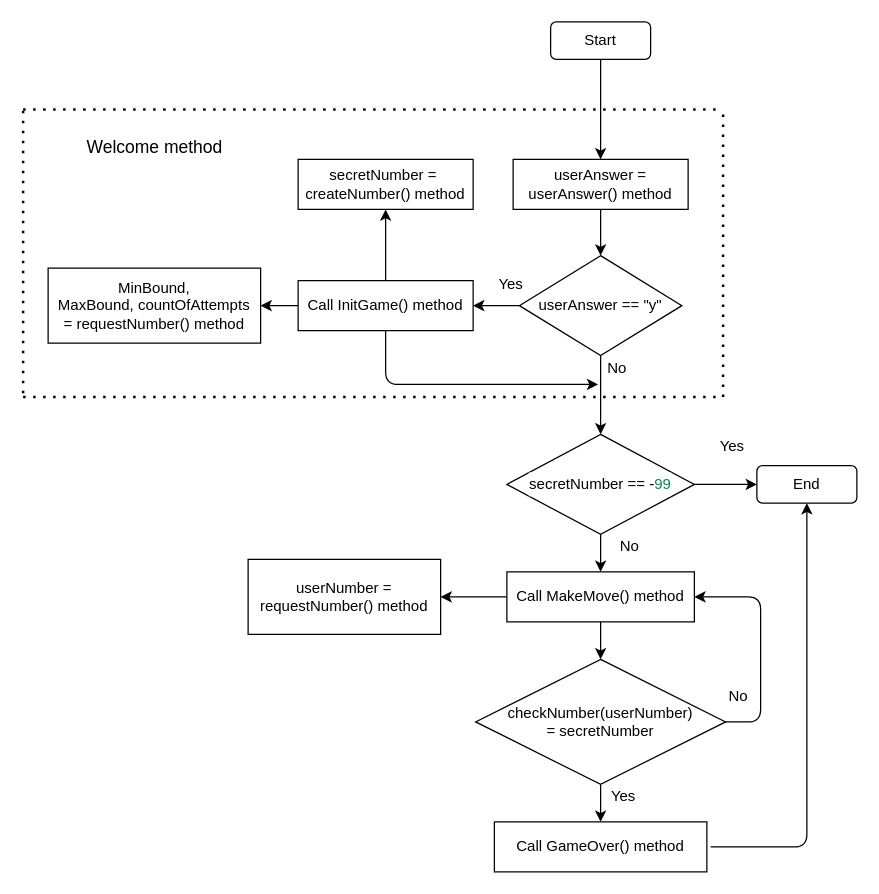
The draw.io diagram guess_the_number/BlockDiagram/Base.drawio in AbubakirovRA/Homework-HelloCode, before the edit. Source tidied: cells renumbered, new cells numbered last; positions are measured from the earlier drawing's top-left corner, leaving out a move shared by most shapes. Both pictures are drawn from the tidied source at 125%, with x=0, y=0 at pixel (22, 21).
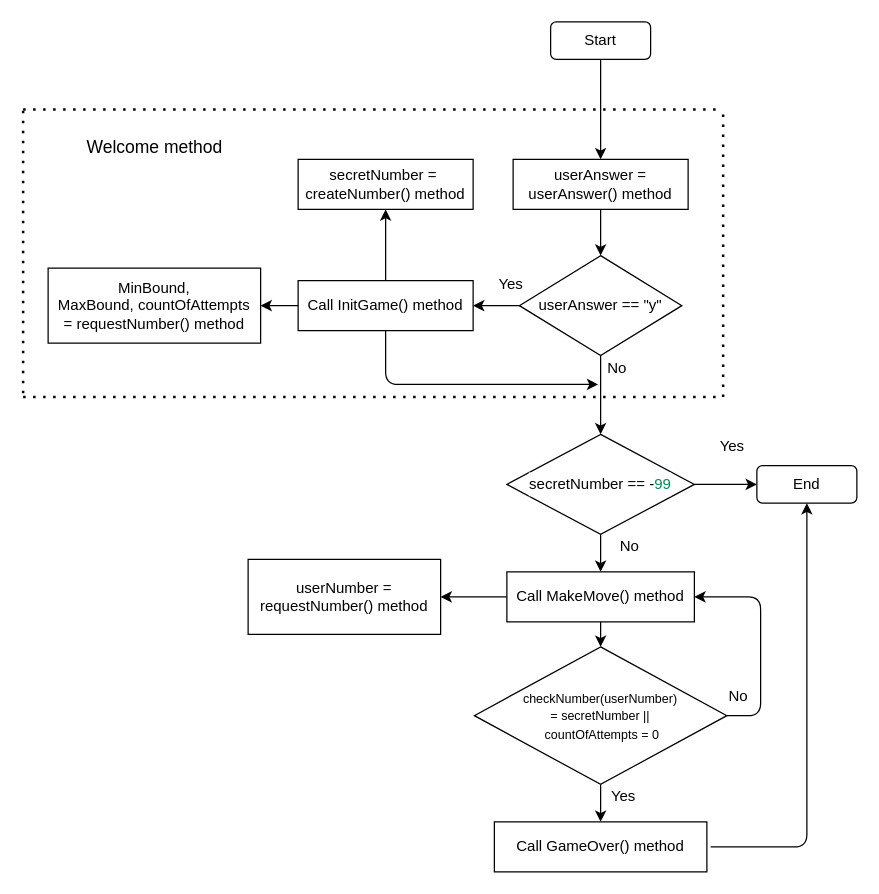
The same page after the edit.

Commit message (it also covers changes not shown here):
add diagramm gameover createnumber checknumber

Unchanged cells that the change refers to:
```xml
<mxCell id="10" value="&lt;font style=&quot;font-size: 12px&quot;&gt;Call&amp;nbsp;&lt;span style=&quot;background-color: rgb(255 , 255 , 255)&quot;&gt;MakeMove()&lt;/span&gt;&lt;span&gt;&amp;nbsp;method&lt;/span&gt;&lt;/font&gt;" style="rounded=0;whiteSpace=wrap;html=1;" parent="1" vertex="1">
  <mxGeometry x="387" y="440" width="150" height="40" as="geometry" />
</mxCell>
```

What changed in the source:
```diff
@@
     <mxCell id="34" style="edgeStyle=none;html=1;entryX=1;entryY=0.5;entryDx=0;entryDy=0;exitX=1;exitY=0.5;exitDx=0;exitDy=0;" parent="1" edge="1" source="35" target="10">
       <mxGeometry relative="1" as="geometry">
         <Array as="points">
-          <mxPoint x="590" y="560" />
+          <mxPoint x="590" y="555" />
           <mxPoint x="590" y="460" />
         </Array>
       </mxGeometry>
     </mxCell>
-    <mxCell id="35" value="checkNumber(userNumber)&lt;br&gt;= secretNumber" style="rhombus;whiteSpace=wrap;html=1;rounded=0;" parent="1" vertex="1">
-      <mxGeometry x="362" y="510" width="200" height="100" as="geometry" />
+    <mxCell id="35" value="&lt;font style=&quot;font-size: 10px&quot;&gt;checkNumber(userNumber)&lt;br&gt;= secretNumber ||&lt;br&gt;&amp;nbsp;&lt;span style=&quot;background-color: rgb(255 , 255 , 255)&quot;&gt;countOfAttempts = 0&lt;/span&gt;&lt;/font&gt;" style="rhombus;whiteSpace=wrap;html=1;rounded=0;" parent="1" vertex="1">
+      <mxGeometry x="361" y="500" width="202" height="110" as="geometry" />
     </mxCell>
```
